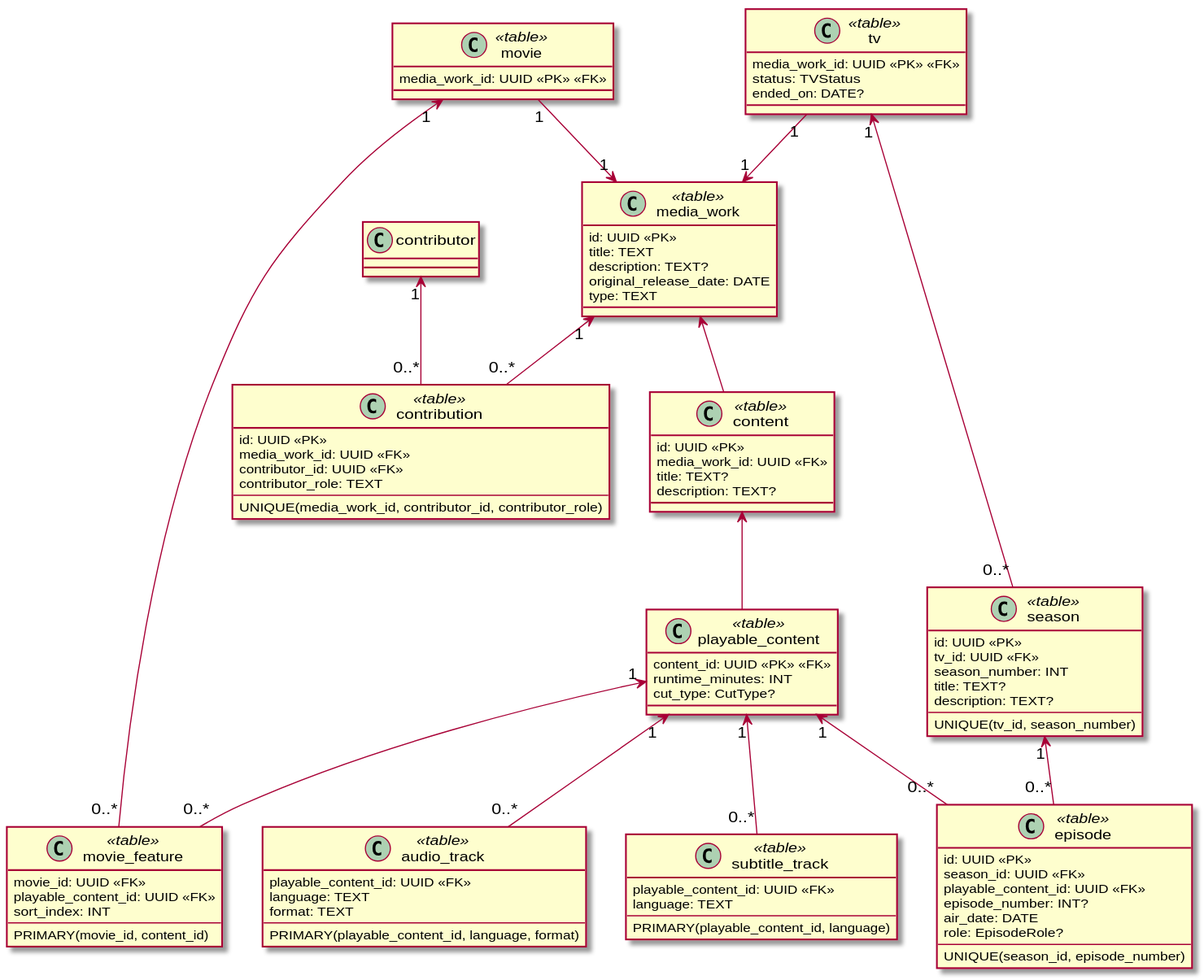
yantue/colleq keeps this PlantUML diagram as docs/diagrams/data/media_work.data.svg. Above is the earlier version.
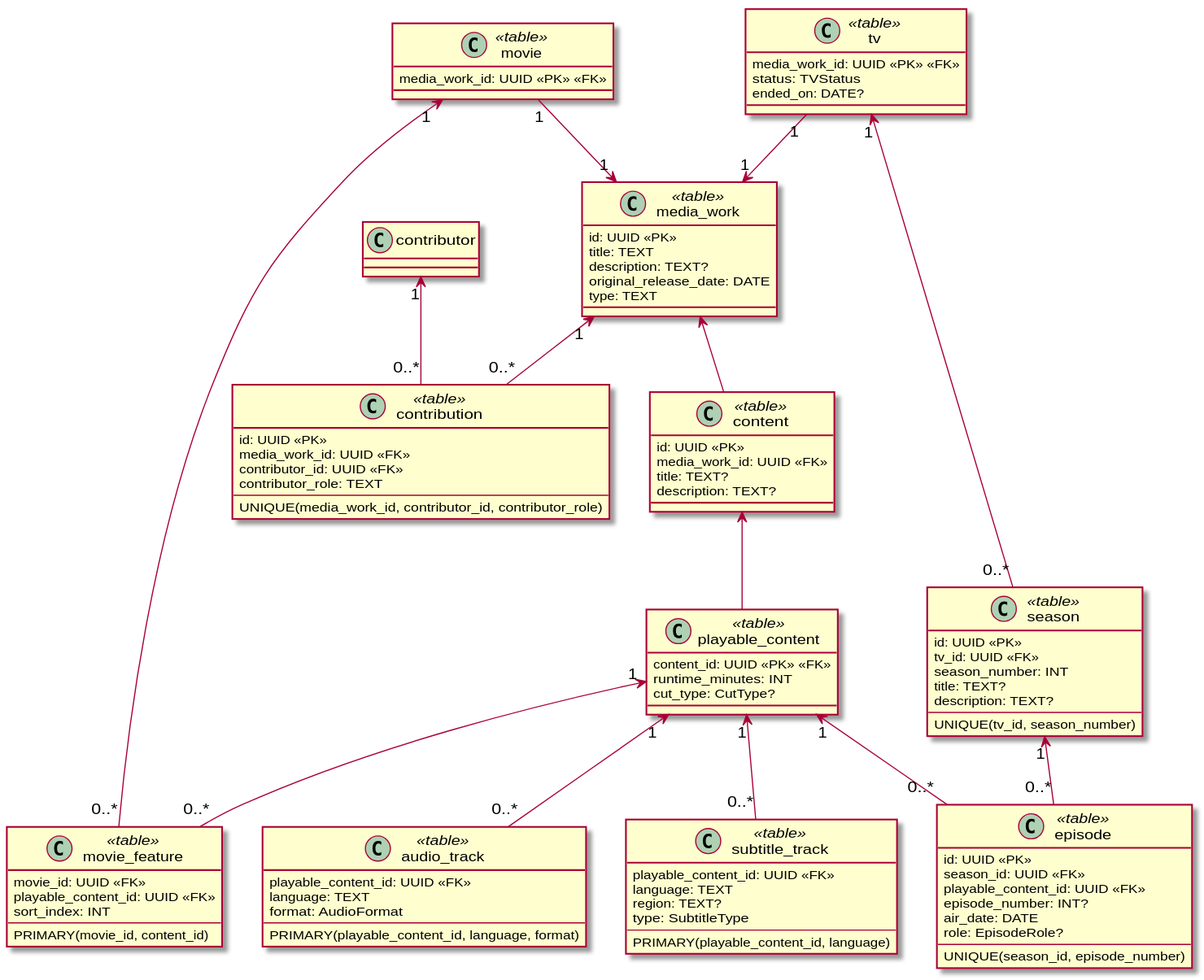
After the change.

Diff of the diagram source:
```diff
@@ -40,7 +40,7 @@
 class audio_track <<table>> {
     playable_content_id: UUID <<FK>>
     language: TEXT
-    format: TEXT
+    format: AudioFormat
     --
     PRIMARY(playable_content_id, language, format)
 }
@@ -50,6 +50,8 @@
 class subtitle_track <<table>> {
     playable_content_id: UUID <<FK>>
     language: TEXT
+    region: TEXT?
+    type: SubtitleType
     --
     PRIMARY(playable_content_id, language)
 }
```
